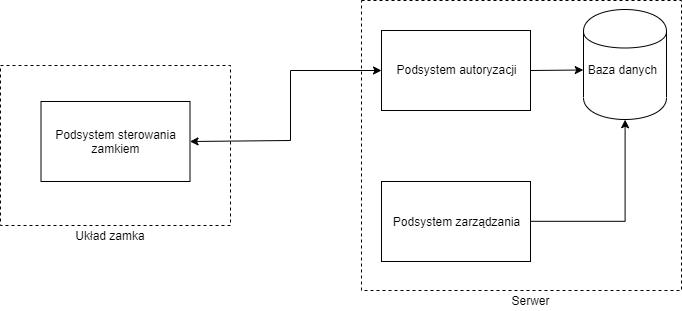
Above: docs/chapters/images/hl-arch3.png in adapiekarska/centralized-lock-system (draw.io), before the change. Source tidied: cells renumbered, new cells last; positions are measured from the earlier drawing's top-left corner, leaving out a move shared by most shapes. Source of this version:
```xml
<mxGraphModel>
  <root>
    <mxCell id="0" />
    <mxCell id="1" parent="0" />
    <mxCell id="2" style="rounded=0;whiteSpace=wrap;html=1;dashed=1;" parent="1" vertex="1">
      <mxGeometry x="361" width="320" height="290" as="geometry" />
    </mxCell>
    <mxCell id="3" style="shape=cylinder;whiteSpace=wrap;html=1;boundedLbl=1;backgroundOutline=1;" parent="1" vertex="1">
      <mxGeometry x="583" y="9" width="83" height="110" as="geometry" />
    </mxCell>
    <mxCell id="4" style="rounded=0;whiteSpace=wrap;html=1;dashed=1;" parent="1" vertex="1">
      <mxGeometry y="65" width="230" height="160" as="geometry" />
    </mxCell>
    <mxCell id="5" style="endArrow=classic;startArrow=none;html=1;entryX=-0.003;entryY=0.55;entryDx=0;entryDy=0;exitX=1;exitY=0.5;exitDx=0;exitDy=0;entryPerimeter=0;startFill=0;" parent="1" edge="1" source="11" target="3">
      <mxGeometry relative="1" as="geometry" />
    </mxCell>
    <mxCell id="6" value="Baza danych" style="text;html=1;strokeColor=none;fillColor=none;align=center;verticalAlign=middle;whiteSpace=wrap;rounded=0;" parent="1" vertex="1">
      <mxGeometry x="577" y="59" width="89" height="20" as="geometry" />
    </mxCell>
    <mxCell id="7" value="Serwer" style="text;html=1;strokeColor=none;fillColor=none;align=center;verticalAlign=middle;whiteSpace=wrap;rounded=0;" parent="1" vertex="1">
      <mxGeometry x="470" y="290" width="120" height="20" as="geometry" />
    </mxCell>
    <mxCell id="8" style="endArrow=classic;html=1;entryX=1;entryY=0.5;entryDx=0;entryDy=0;" parent="1" edge="1" target="15">
      <mxGeometry relative="1" as="geometry">
        <mxPoint x="290" y="140" as="sourcePoint" />
      </mxGeometry>
    </mxCell>
    <mxCell id="9" style="endArrow=none;html=1;" parent="1" edge="1">
      <mxGeometry relative="1" as="geometry">
        <mxPoint x="290" y="70" as="sourcePoint" />
        <mxPoint x="290" y="140" as="targetPoint" />
      </mxGeometry>
    </mxCell>
    <mxCell id="10" style="endArrow=classic;html=1;entryX=0;entryY=0.5;entryDx=0;entryDy=0;" parent="1" edge="1" target="11">
      <mxGeometry relative="1" as="geometry">
        <mxPoint x="290" y="70" as="sourcePoint" />
      </mxGeometry>
    </mxCell>
    <mxCell id="11" style="rounded=0;whiteSpace=wrap;html=1;" parent="1" vertex="1">
      <mxGeometry x="381" y="30" width="149" height="80" as="geometry" />
    </mxCell>
    <mxCell id="12" value="Podsystem autoryzacji" style="text;html=1;strokeColor=none;fillColor=none;align=center;verticalAlign=middle;whiteSpace=wrap;rounded=0;" parent="1" vertex="1">
      <mxGeometry x="381" y="54" width="149" height="30" as="geometry" />
    </mxCell>
    <mxCell id="13" style="edgeStyle=orthogonalEdgeStyle;rounded=0;jettySize=auto;html=1;entryX=0.5;entryY=1;entryDx=0;entryDy=0;" parent="1" edge="1" source="14" target="3">
      <mxGeometry relative="1" as="geometry" />
    </mxCell>
    <mxCell id="14" value="Podsystem zarządzania" style="rounded=0;whiteSpace=wrap;html=1;" parent="1" vertex="1">
      <mxGeometry x="381" y="181" width="149" height="80" as="geometry" />
    </mxCell>
    <mxCell id="15" value="Podsystem sterowania zamkiem" style="rounded=0;whiteSpace=wrap;html=1;" parent="1" vertex="1">
      <mxGeometry x="40.5" y="101" width="149" height="80" as="geometry" />
    </mxCell>
    <mxCell id="16" value="Układ zamka" style="text;html=1;strokeColor=none;fillColor=none;align=center;verticalAlign=middle;whiteSpace=wrap;rounded=0;" parent="1" vertex="1">
      <mxGeometry x="50" y="225" width="120" height="20" as="geometry" />
    </mxCell>
  </root>
</mxGraphModel>
```
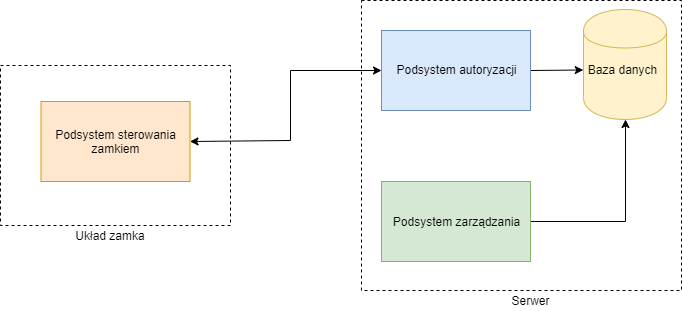
After the change.

The edit, as a diff of the source:
```diff
@@ -5,7 +5,7 @@
     <mxCell id="2" style="rounded=0;whiteSpace=wrap;html=1;dashed=1;" parent="1" vertex="1">
       <mxGeometry x="361" width="320" height="290" as="geometry" />
     </mxCell>
-    <mxCell id="3" style="shape=cylinder;whiteSpace=wrap;html=1;boundedLbl=1;backgroundOutline=1;" parent="1" vertex="1">
+    <mxCell id="3" style="shape=cylinder;whiteSpace=wrap;html=1;boundedLbl=1;backgroundOutline=1;fillColor=#fff2cc;strokeColor=#d6b656;" parent="1" vertex="1">
       <mxGeometry x="583" y="9" width="83" height="110" as="geometry" />
     </mxCell>
     <mxCell id="4" style="rounded=0;whiteSpace=wrap;html=1;dashed=1;" parent="1" vertex="1">
@@ -36,7 +36,7 @@
         <mxPoint x="290" y="70" as="sourcePoint" />
       </mxGeometry>
     </mxCell>
-    <mxCell id="11" style="rounded=0;whiteSpace=wrap;html=1;" parent="1" vertex="1">
+    <mxCell id="11" style="rounded=0;whiteSpace=wrap;html=1;fillColor=#dae8fc;strokeColor=#6c8ebf;" parent="1" vertex="1">
       <mxGeometry x="381" y="30" width="149" height="80" as="geometry" />
     </mxCell>
     <mxCell id="12" value="Podsystem autoryzacji" style="text;html=1;strokeColor=none;fillColor=none;align=center;verticalAlign=middle;whiteSpace=wrap;rounded=0;" parent="1" vertex="1">
@@ -45,10 +45,10 @@
     <mxCell id="13" style="edgeStyle=orthogonalEdgeStyle;rounded=0;jettySize=auto;html=1;entryX=0.5;entryY=1;entryDx=0;entryDy=0;" parent="1" edge="1" source="14" target="3">
       <mxGeometry relative="1" as="geometry" />
     </mxCell>
-    <mxCell id="14" value="Podsystem zarządzania" style="rounded=0;whiteSpace=wrap;html=1;" parent="1" vertex="1">
+    <mxCell id="14" value="Podsystem zarządzania" style="rounded=0;whiteSpace=wrap;html=1;fillColor=#d5e8d4;strokeColor=#82b366;" parent="1" vertex="1">
       <mxGeometry x="381" y="181" width="149" height="80" as="geometry" />
     </mxCell>
-    <mxCell id="15" value="Podsystem sterowania zamkiem" style="rounded=0;whiteSpace=wrap;html=1;" parent="1" vertex="1">
+    <mxCell id="15" value="Podsystem sterowania zamkiem" style="rounded=0;whiteSpace=wrap;html=1;fillColor=#ffe6cc;strokeColor=#d79b00;" parent="1" vertex="1">
       <mxGeometry x="40.5" y="101" width="149" height="80" as="geometry" />
     </mxCell>
     <mxCell id="16" value="Układ zamka" style="text;html=1;strokeColor=none;fillColor=none;align=center;verticalAlign=middle;whiteSpace=wrap;rounded=0;" parent="1" vertex="1">
```
